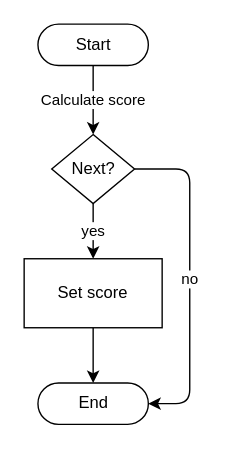
Above: page "'Around the World' Game Logic" (11 of 12) of scoring/documentation/Scoring_System_Schematics.drawio in kparlak/dart-scoring-system (draw.io), before the change. Source tidied: cells renumbered, new cells numbered last; positions are measured from the earlier drawing's top-left corner, leaving out a move shared by most shapes. Both pictures are drawn from the tidied source at 138%, with x=0, y=0 at pixel (23, 23).
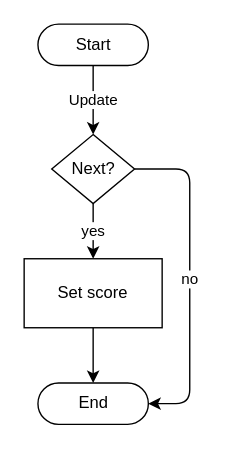
Above is the later version.

What changed in the source:
```diff
@@
 <mxGraphModel>
   <root>
     <mxCell id="0" />
     <mxCell id="1" parent="0" />
-    <mxCell id="2" value="Calculate score" style="edgeStyle=orthogonalEdgeStyle;rounded=1;jettySize=auto;html=1;exitX=0.5;exitY=0.5;exitDx=0;exitDy=15;exitPerimeter=0;entryX=0.5;entryY=0;entryDx=0;entryDy=0;" parent="1" edge="1" source="3" target="6">
+    <mxCell id="2" value="Update" style="edgeStyle=orthogonalEdgeStyle;rounded=1;jettySize=auto;html=1;exitX=0.5;exitY=0.5;exitDx=0;exitDy=15;exitPerimeter=0;entryX=0.5;entryY=0;entryDx=0;entryDy=0;" parent="1" edge="1" source="3" target="6">
       <mxGeometry relative="1" as="geometry" />
     </mxCell>
     <mxCell id="3" value="Start" style="html=1;dashed=0;whitespace=wrap;shape=mxgraph.dfd.start;" parent="1" vertex="1">
       <mxGeometry x="10" width="80" height="30" as="geometry" />
     </mxCell>
     <mxCell id="4" value="yes" style="edgeStyle=orthogonalEdgeStyle;rounded=1;jettySize=auto;html=1;exitX=0.5;exitY=1;exitDx=0;exitDy=0;entryX=0.5;entryY=0;entryDx=0;entryDy=0;" parent="1" edge="1" source="6" target="8">
       <mxGeometry relative="1" as="geometry" />
     </mxCell>
     <mxCell id="5" value="no" style="edgeStyle=orthogonalEdgeStyle;rounded=1;jettySize=auto;html=1;exitX=1;exitY=0.5;exitDx=0;exitDy=0;entryX=1;entryY=0.5;entryDx=0;entryDy=0;entryPerimeter=0;" parent="1" edge="1" source="6" target="9">
       <mxGeometry relative="1" as="geometry">
         <Array as="points">
           <mxPoint x="120" y="105" />
           <mxPoint x="120" y="275" />
         </Array>
       </mxGeometry>
     </mxCell>
     <mxCell id="6" value="Next?" style="shape=rhombus;html=1;dashed=0;whitespace=wrap;perimeter=rhombusPerimeter;" parent="1" vertex="1">
       <mxGeometry x="20" y="80" width="60" height="50" as="geometry" />
     </mxCell>
     <mxCell id="7" style="edgeStyle=orthogonalEdgeStyle;rounded=1;jettySize=auto;html=1;exitX=0.5;exitY=1;exitDx=0;exitDy=0;entryX=0.5;entryY=0.5;entryDx=0;entryDy=-15;entryPerimeter=0;" parent="1" edge="1" source="8" target="9">
       <mxGeometry relative="1" as="geometry" />
     </mxCell>
     <mxCell id="8" value="Set score" style="html=1;dashed=0;whitespace=wrap;whiteSpace=wrap;" parent="1" vertex="1">
       <mxGeometry y="170" width="100" height="50" as="geometry" />
     </mxCell>
     <mxCell id="9" value="End" style="html=1;dashed=0;whitespace=wrap;shape=mxgraph.dfd.start;" parent="1" vertex="1">
       <mxGeometry x="10" y="260" width="80" height="30" as="geometry" />
     </mxCell>
   </root>
 </mxGraphModel>
```
